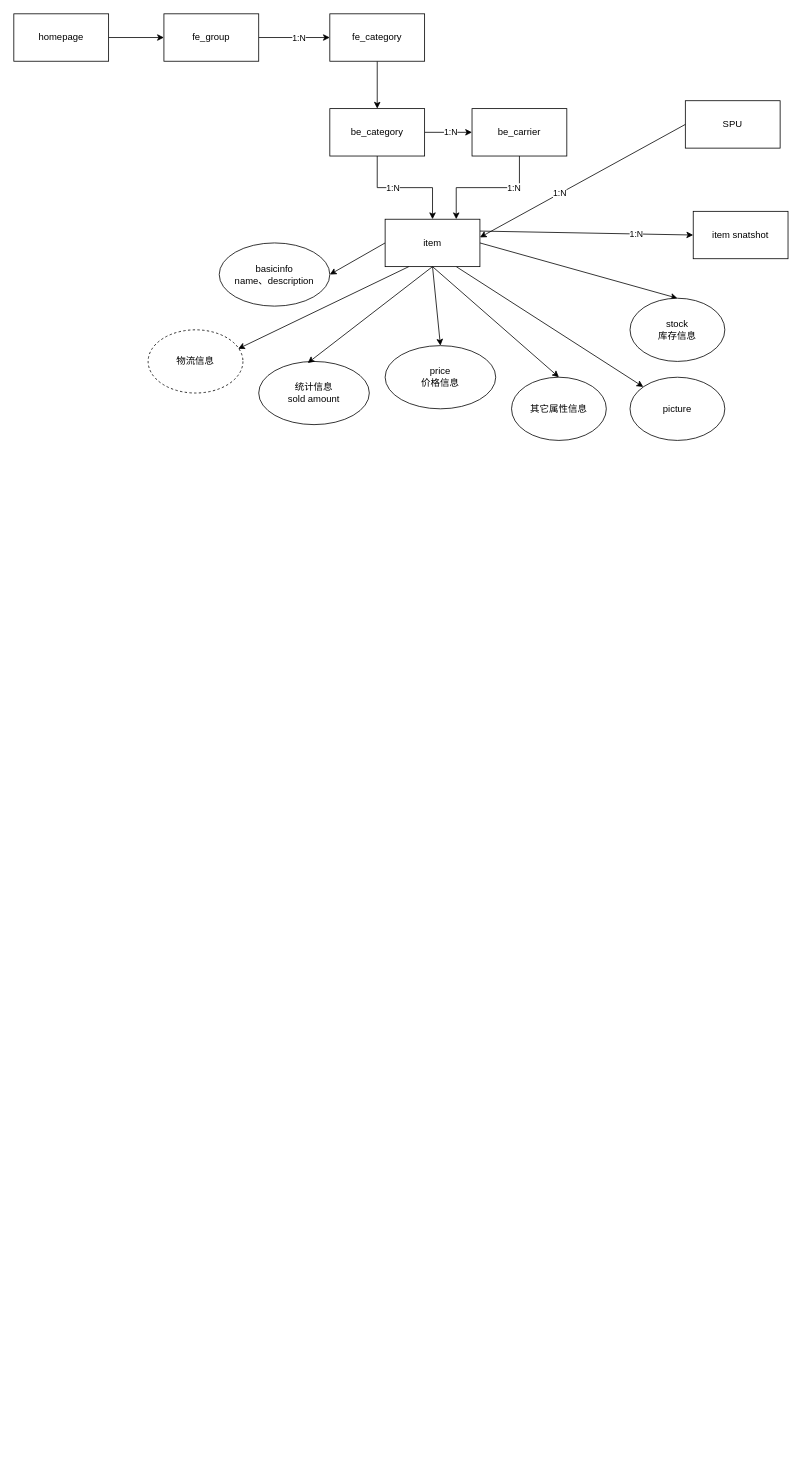
This is page "类目主页管理" (1 of 17) of source/diagrams/hotel.drawio from wxquare/wxquare.github.io, a draw.io file, before an edit. Source tidied: cells renumbered, new cells numbered last; positions are measured from the earlier drawing's top-left corner, leaving out a move shared by most shapes. Both pictures are drawn from the tidied source at 79%, with x=0, y=0 at pixel (13, 13).
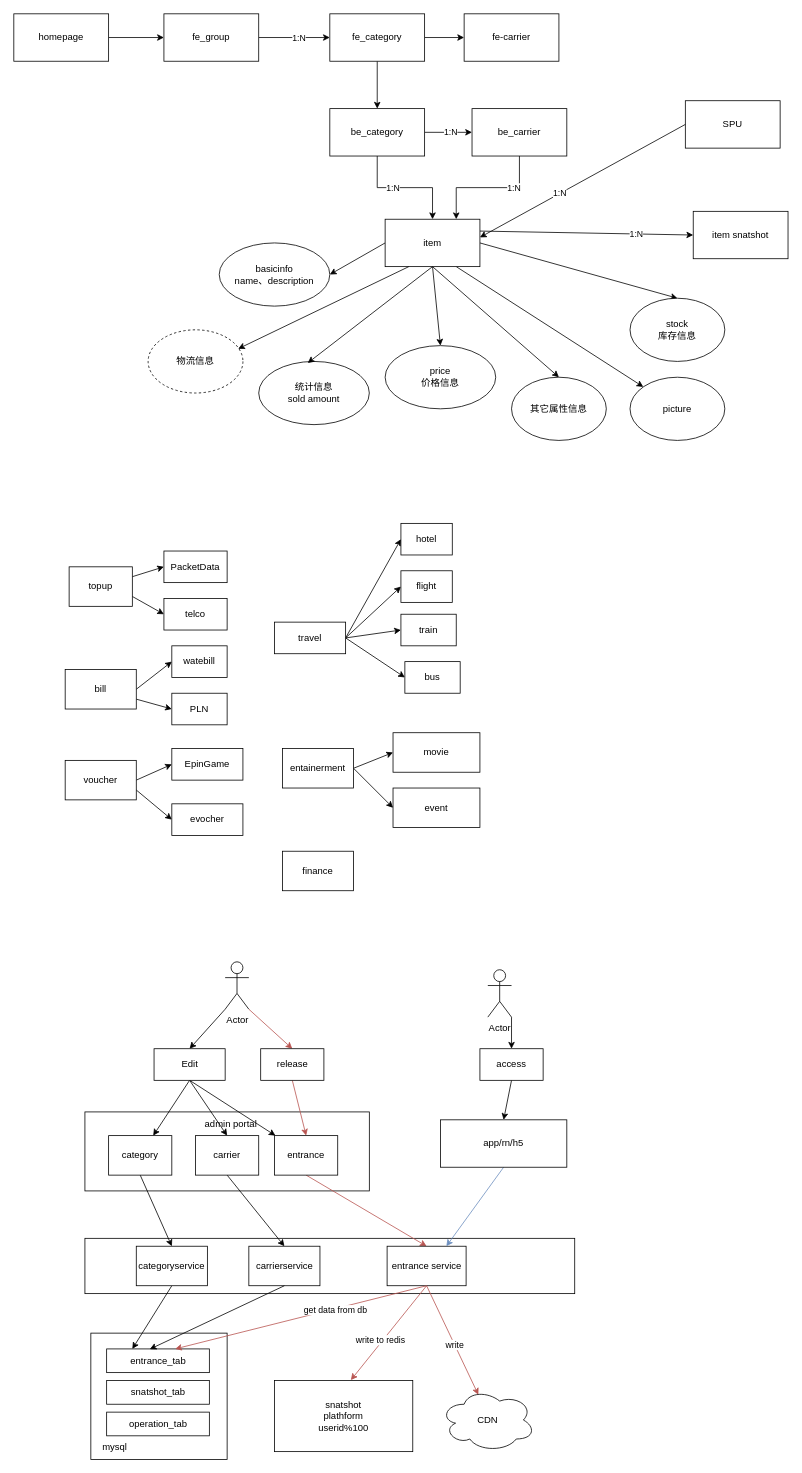
Above is the later version.

Unchanged cells that the change refers to:
```xml
<mxCell id="6" value="fe_category" style="rounded=0;whiteSpace=wrap;html=1;" parent="1" vertex="1">
  <mxGeometry x="400" width="120" height="60" as="geometry" />
</mxCell>
```

Diff of the diagram source:
```diff
@@
+    <mxCell id="38" style="rounded=0;whiteSpace=wrap;html=1;" parent="1" vertex="1">
+      <mxGeometry x="97.5" y="1670" width="172.5" height="160" as="geometry" />
+    </mxCell>
+    <mxCell id="39" style="rounded=0;whiteSpace=wrap;html=1;" parent="1" vertex="1">
+      <mxGeometry x="90" y="1390" width="360" height="100" as="geometry" />
+    </mxCell>
@@
+    <mxCell id="40" style="edgeStyle=orthogonalEdgeStyle;rounded=0;jettySize=auto;html=1;exitX=1;exitY=0.5;exitDx=0;exitDy=0;entryX=0;entryY=0.5;entryDx=0;entryDy=0;" parent="1" edge="1" source="6" target="41">
+      <mxGeometry relative="1" as="geometry" />
+    </mxCell>
@@
+    <mxCell id="41" value="fe-carrier" style="rounded=0;whiteSpace=wrap;html=1;" parent="1" vertex="1">
+      <mxGeometry x="570" width="120" height="60" as="geometry" />
+    </mxCell>
+    <mxCell id="42" style="edgeStyle=none;rounded=0;jettySize=auto;html=1;exitX=1;exitY=0.25;exitDx=0;exitDy=0;entryX=0;entryY=0.5;entryDx=0;entryDy=0;" parent="1" edge="1" source="44" target="61">
+      <mxGeometry relative="1" as="geometry" />
+    </mxCell>
+    <mxCell id="43" style="edgeStyle=none;rounded=0;jettySize=auto;html=1;exitX=1;exitY=0.75;exitDx=0;exitDy=0;entryX=0;entryY=0.5;entryDx=0;entryDy=0;" parent="1" edge="1" source="44" target="60">
+      <mxGeometry relative="1" as="geometry" />
+    </mxCell>
+    <mxCell id="44" value="topup" style="rounded=0;whiteSpace=wrap;html=1;" parent="1" vertex="1">
+      <mxGeometry x="70" y="700" width="80" height="50" as="geometry" />
+    </mxCell>
+    <mxCell id="45" style="edgeStyle=none;rounded=0;jettySize=auto;html=1;exitX=1;exitY=0.5;exitDx=0;exitDy=0;entryX=0;entryY=0.5;entryDx=0;entryDy=0;" parent="1" edge="1" source="47" target="63">
+      <mxGeometry relative="1" as="geometry" />
+    </mxCell>
+    <mxCell id="46" style="edgeStyle=none;rounded=0;jettySize=auto;html=1;exitX=1;exitY=0.75;exitDx=0;exitDy=0;entryX=0;entryY=0.5;entryDx=0;entryDy=0;" parent="1" edge="1" source="47" target="62">
+      <mxGeometry relative="1" as="geometry" />
+    </mxCell>
+    <mxCell id="47" value="bill" style="rounded=0;whiteSpace=wrap;html=1;" parent="1" vertex="1">
+      <mxGeometry x="65" y="830" width="90" height="50" as="geometry" />
+    </mxCell>
+    <mxCell id="48" style="edgeStyle=none;rounded=0;jettySize=auto;html=1;exitX=1;exitY=0.5;exitDx=0;exitDy=0;entryX=0;entryY=0.5;entryDx=0;entryDy=0;" parent="1" edge="1" source="50" target="64">
+      <mxGeometry relative="1" as="geometry" />
+    </mxCell>
+    <mxCell id="49" style="edgeStyle=none;rounded=0;jettySize=auto;html=1;exitX=1;exitY=0.75;exitDx=0;exitDy=0;entryX=0;entryY=0.5;entryDx=0;entryDy=0;" parent="1" edge="1" source="50" target="65">
+      <mxGeometry relative="1" as="geometry" />
+    </mxCell>
+    <mxCell id="50" value="voucher" style="rounded=0;whiteSpace=wrap;html=1;" parent="1" vertex="1">
+      <mxGeometry x="65" y="945" width="90" height="50" as="geometry" />
+    </mxCell>
+    <mxCell id="51" style="edgeStyle=none;rounded=0;jettySize=auto;html=1;exitX=1;exitY=0.5;exitDx=0;exitDy=0;entryX=0;entryY=0.5;entryDx=0;entryDy=0;" parent="1" edge="1" source="55" target="67">
+      <mxGeometry relative="1" as="geometry" />
+    </mxCell>
+    <mxCell id="52" style="edgeStyle=none;rounded=0;jettySize=auto;html=1;exitX=1;exitY=0.5;exitDx=0;exitDy=0;entryX=0;entryY=0.5;entryDx=0;entryDy=0;" parent="1" edge="1" source="55" target="70">
+      <mxGeometry relative="1" as="geometry" />
+    </mxCell>
+    <mxCell id="53" style="edgeStyle=none;rounded=0;jettySize=auto;html=1;exitX=1;exitY=0.5;exitDx=0;exitDy=0;entryX=0;entryY=0.5;entryDx=0;entryDy=0;" parent="1" edge="1" source="55" target="68">
+      <mxGeometry relative="1" as="geometry" />
+    </mxCell>
+    <mxCell id="54" style="edgeStyle=none;rounded=0;jettySize=auto;html=1;exitX=1;exitY=0.5;exitDx=0;exitDy=0;entryX=0;entryY=0.5;entryDx=0;entryDy=0;" parent="1" edge="1" source="55" target="66">
+      <mxGeometry relative="1" as="geometry" />
+    </mxCell>
+    <mxCell id="55" value="travel" style="rounded=0;whiteSpace=wrap;html=1;" parent="1" vertex="1">
+      <mxGeometry x="330" y="770" width="90" height="40" as="geometry" />
+    </mxCell>
+    <mxCell id="56" value="finance" style="rounded=0;whiteSpace=wrap;html=1;" parent="1" vertex="1">
+      <mxGeometry x="340" y="1060" width="90" height="50" as="geometry" />
+    </mxCell>
+    <mxCell id="57" style="edgeStyle=none;rounded=0;jettySize=auto;html=1;exitX=1;exitY=0.5;exitDx=0;exitDy=0;entryX=0;entryY=0.5;entryDx=0;entryDy=0;" parent="1" edge="1" source="59" target="69">
+      <mxGeometry relative="1" as="geometry" />
+    </mxCell>
+    <mxCell id="58" style="edgeStyle=none;rounded=0;jettySize=auto;html=1;exitX=1;exitY=0.5;exitDx=0;exitDy=0;entryX=0;entryY=0.5;entryDx=0;entryDy=0;" parent="1" edge="1" source="59" target="71">
+      <mxGeometry relative="1" as="geometry" />
+    </mxCell>
+    <mxCell id="59" value="entainerment" style="rounded=0;whiteSpace=wrap;html=1;" parent="1" vertex="1">
+      <mxGeometry x="340" y="930" width="90" height="50" as="geometry" />
+    </mxCell>
+    <mxCell id="60" value="telco" style="rounded=0;whiteSpace=wrap;html=1;" parent="1" vertex="1">
+      <mxGeometry x="190" y="740" width="80" height="40" as="geometry" />
+    </mxCell>
+    <mxCell id="61" value="&lt;span style=&quot;font-size: 12px;&quot;&gt;PacketData&lt;/span&gt;" style="rounded=0;whiteSpace=wrap;html=1;" parent="1" vertex="1">
+      <mxGeometry x="190" y="680" width="80" height="40" as="geometry" />
+    </mxCell>
+    <mxCell id="62" value="PLN" style="rounded=0;whiteSpace=wrap;html=1;" parent="1" vertex="1">
+      <mxGeometry x="200" y="860" width="70" height="40" as="geometry" />
+    </mxCell>
+    <mxCell id="63" value="watebill" style="rounded=0;whiteSpace=wrap;html=1;" parent="1" vertex="1">
+      <mxGeometry x="200" y="800" width="70" height="40" as="geometry" />
+    </mxCell>
+    <mxCell id="64" value="&lt;span style=&quot;font-size: 12px;&quot;&gt;EpinGame&lt;/span&gt;" style="rounded=0;whiteSpace=wrap;html=1;" parent="1" vertex="1">
+      <mxGeometry x="200" y="930" width="90" height="40" as="geometry" />
+    </mxCell>
+    <mxCell id="65" value="evocher" style="rounded=0;whiteSpace=wrap;html=1;" parent="1" vertex="1">
+      <mxGeometry x="200" y="1000" width="90" height="40" as="geometry" />
+    </mxCell>
+    <mxCell id="66" value="hotel" style="rounded=0;whiteSpace=wrap;html=1;" parent="1" vertex="1">
+      <mxGeometry x="490" y="645" width="65" height="40" as="geometry" />
+    </mxCell>
+    <mxCell id="67" value="flight" style="rounded=0;whiteSpace=wrap;html=1;" parent="1" vertex="1">
+      <mxGeometry x="490" y="705" width="65" height="40" as="geometry" />
+    </mxCell>
+    <mxCell id="68" value="train" style="rounded=0;whiteSpace=wrap;html=1;" parent="1" vertex="1">
+      <mxGeometry x="490" y="760" width="70" height="40" as="geometry" />
+    </mxCell>
+    <mxCell id="69" value="movie" style="rounded=0;whiteSpace=wrap;html=1;" parent="1" vertex="1">
+      <mxGeometry x="480" y="910" width="110" height="50" as="geometry" />
+    </mxCell>
+    <mxCell id="70" value="bus" style="rounded=0;whiteSpace=wrap;html=1;" parent="1" vertex="1">
+      <mxGeometry x="495" y="820" width="70" height="40" as="geometry" />
+    </mxCell>
+    <mxCell id="71" value="event" style="rounded=0;whiteSpace=wrap;html=1;" parent="1" vertex="1">
+      <mxGeometry x="480" y="980" width="110" height="50" as="geometry" />
+    </mxCell>
+    <mxCell id="72" value="CDN" style="ellipse;shape=cloud;whiteSpace=wrap;html=1;" parent="1" vertex="1">
+      <mxGeometry x="540" y="1740" width="120" height="80" as="geometry" />
+    </mxCell>
+    <mxCell id="73" value="entrance_tab" style="rounded=0;whiteSpace=wrap;html=1;" parent="1" vertex="1">
+      <mxGeometry x="117.5" y="1690" width="130" height="30" as="geometry" />
+    </mxCell>
+    <mxCell id="74" value="snatshot_tab" style="rounded=0;whiteSpace=wrap;html=1;" parent="1" vertex="1">
+      <mxGeometry x="117.5" y="1730" width="130" height="30" as="geometry" />
+    </mxCell>
+    <mxCell id="75" style="edgeStyle=none;rounded=0;jettySize=auto;html=1;exitX=0;exitY=1;exitDx=0;exitDy=0;exitPerimeter=0;entryX=0.5;entryY=0;entryDx=0;entryDy=0;" parent="1" edge="1" source="77" target="90">
+      <mxGeometry relative="1" as="geometry" />
+    </mxCell>
+    <mxCell id="76" style="edgeStyle=none;rounded=0;jettySize=auto;html=1;exitX=1;exitY=1;exitDx=0;exitDy=0;exitPerimeter=0;entryX=0.5;entryY=0;entryDx=0;entryDy=0;fillColor=#f8cecc;strokeColor=#b85450;" parent="1" edge="1" source="77" target="92">
+      <mxGeometry relative="1" as="geometry" />
+    </mxCell>
+    <mxCell id="77" value="Actor" style="shape=umlActor;verticalLabelPosition=bottom;verticalAlign=top;html=1;outlineConnect=0;" parent="1" vertex="1">
+      <mxGeometry x="267.5" y="1200" width="30" height="60" as="geometry" />
+    </mxCell>
+    <mxCell id="78" style="edgeStyle=none;rounded=0;jettySize=auto;html=1;exitX=1;exitY=1;exitDx=0;exitDy=0;exitPerimeter=0;entryX=0.5;entryY=0;entryDx=0;entryDy=0;" parent="1" edge="1" source="79" target="108">
+      <mxGeometry relative="1" as="geometry" />
+    </mxCell>
+    <mxCell id="79" value="Actor" style="shape=umlActor;verticalLabelPosition=bottom;verticalAlign=top;html=1;outlineConnect=0;" parent="1" vertex="1">
+      <mxGeometry x="600" y="1210" width="30" height="60" as="geometry" />
+    </mxCell>
+    <mxCell id="80" style="rounded=0;whiteSpace=wrap;html=1;" parent="1" vertex="1">
+      <mxGeometry x="90" y="1550" width="620" height="70" as="geometry" />
+    </mxCell>
+    <mxCell id="81" style="edgeStyle=none;rounded=0;jettySize=auto;html=1;exitX=0.5;exitY=1;exitDx=0;exitDy=0;entryX=0.5;entryY=0;entryDx=0;entryDy=0;" parent="1" edge="1" source="82" target="94">
+      <mxGeometry relative="1" as="geometry" />
+    </mxCell>
+    <mxCell id="82" value="category" style="rounded=0;whiteSpace=wrap;html=1;" parent="1" vertex="1">
+      <mxGeometry x="120" y="1420" width="80" height="50" as="geometry" />
+    </mxCell>
+    <mxCell id="83" style="edgeStyle=none;rounded=0;jettySize=auto;html=1;exitX=0.5;exitY=1;exitDx=0;exitDy=0;entryX=0.5;entryY=0;entryDx=0;entryDy=0;" parent="1" edge="1" source="84" target="95">
+      <mxGeometry relative="1" as="geometry" />
+    </mxCell>
+    <mxCell id="84" value="carrier" style="rounded=0;whiteSpace=wrap;html=1;" parent="1" vertex="1">
+      <mxGeometry x="230" y="1420" width="80" height="50" as="geometry" />
+    </mxCell>
+    <mxCell id="85" style="edgeStyle=none;rounded=0;jettySize=auto;html=1;exitX=0.5;exitY=1;exitDx=0;exitDy=0;entryX=0.5;entryY=0;entryDx=0;entryDy=0;fillColor=#f8cecc;strokeColor=#b85450;" parent="1" edge="1" source="86" target="98">
+      <mxGeometry relative="1" as="geometry" />
+    </mxCell>
+    <mxCell id="86" value="entrance" style="rounded=0;whiteSpace=wrap;html=1;" parent="1" vertex="1">
+      <mxGeometry x="330" y="1420" width="80" height="50" as="geometry" />
+    </mxCell>
+    <mxCell id="87" style="edgeStyle=none;rounded=0;jettySize=auto;html=1;exitX=0.5;exitY=1;exitDx=0;exitDy=0;" parent="1" edge="1" source="90" target="82">
+      <mxGeometry relative="1" as="geometry" />
+    </mxCell>
+    <mxCell id="88" style="edgeStyle=none;rounded=0;jettySize=auto;html=1;exitX=0.5;exitY=1;exitDx=0;exitDy=0;entryX=0.5;entryY=0;entryDx=0;entryDy=0;" parent="1" edge="1" source="90" target="84">
+      <mxGeometry relative="1" as="geometry" />
+    </mxCell>
+    <mxCell id="89" style="edgeStyle=none;rounded=0;jettySize=auto;html=1;exitX=0.5;exitY=1;exitDx=0;exitDy=0;" parent="1" edge="1" source="90" target="86">
+      <mxGeometry relative="1" as="geometry" />
+    </mxCell>
+    <mxCell id="90" value="Edit" style="rounded=0;whiteSpace=wrap;html=1;" parent="1" vertex="1">
+      <mxGeometry x="177.5" y="1310" width="90" height="40" as="geometry" />
+    </mxCell>
+    <mxCell id="91" style="edgeStyle=none;rounded=0;jettySize=auto;html=1;exitX=0.5;exitY=1;exitDx=0;exitDy=0;entryX=0.5;entryY=0;entryDx=0;entryDy=0;fillColor=#f8cecc;strokeColor=#b85450;" parent="1" edge="1" source="92" target="86">
+      <mxGeometry relative="1" as="geometry" />
+    </mxCell>
+    <mxCell id="92" value="release" style="rounded=0;whiteSpace=wrap;html=1;" parent="1" vertex="1">
+      <mxGeometry x="312.5" y="1310" width="80" height="40" as="geometry" />
+    </mxCell>
+    <mxCell id="93" style="edgeStyle=none;rounded=0;jettySize=auto;html=1;exitX=0.5;exitY=1;exitDx=0;exitDy=0;entryX=0.25;entryY=0;entryDx=0;entryDy=0;" parent="1" edge="1" source="94" target="73">
+      <mxGeometry relative="1" as="geometry" />
+    </mxCell>
+    <mxCell id="94" value="categoryservice" style="rounded=0;whiteSpace=wrap;html=1;" parent="1" vertex="1">
+      <mxGeometry x="155" y="1560" width="90" height="50" as="geometry" />
+    </mxCell>
+    <mxCell id="95" value="carrierservice" style="rounded=0;whiteSpace=wrap;html=1;" parent="1" vertex="1">
+      <mxGeometry x="297.5" y="1560" width="90" height="50" as="geometry" />
+    </mxCell>
+    <mxCell id="96" style="edgeStyle=none;rounded=0;jettySize=auto;html=1;exitX=0.5;exitY=1;exitDx=0;exitDy=0;fillColor=#f8cecc;strokeColor=#b85450;entryX=0.552;entryY=-0.006;entryDx=0;entryDy=0;entryPerimeter=0;" parent="1" edge="1" source="98" target="111">
+      <mxGeometry relative="1" as="geometry" />
+    </mxCell>
+    <mxCell id="97" value="write to redis" style="edgeLabel;html=1;align=center;verticalAlign=middle;" parent="96" vertex="1">
+      <mxGeometry x="0.17" y="-3" relative="1" as="geometry" />
+    </mxCell>
+    <mxCell id="98" value="entrance service" style="rounded=0;whiteSpace=wrap;html=1;" parent="1" vertex="1">
+      <mxGeometry x="472.5" y="1560" width="100" height="50" as="geometry" />
+    </mxCell>
+    <mxCell id="99" style="edgeStyle=none;rounded=0;jettySize=auto;html=1;exitX=0.5;exitY=1;exitDx=0;exitDy=0;entryX=0.667;entryY=0;entryDx=0;entryDy=0;entryPerimeter=0;fillColor=#f8cecc;strokeColor=#b85450;" parent="1" edge="1" source="98" target="73">
+      <mxGeometry relative="1" as="geometry" />
+    </mxCell>
+    <mxCell id="100" value="get data from db" style="edgeLabel;html=1;align=center;verticalAlign=middle;" parent="99" vertex="1">
+      <mxGeometry x="-0.27" y="1" relative="1" as="geometry" />
+    </mxCell>
+    <mxCell id="101" style="edgeStyle=none;rounded=0;jettySize=auto;html=1;exitX=0.5;exitY=1;exitDx=0;exitDy=0;entryX=0.4;entryY=0.1;entryDx=0;entryDy=0;entryPerimeter=0;fillColor=#f8cecc;strokeColor=#b85450;" parent="1" edge="1" source="98" target="72">
+      <mxGeometry relative="1" as="geometry" />
+    </mxCell>
+    <mxCell id="102" value="write" style="edgeLabel;html=1;align=center;verticalAlign=middle;" parent="101" vertex="1">
+      <mxGeometry x="0.08" relative="1" as="geometry" />
+    </mxCell>
+    <mxCell id="103" value="operation_tab" style="rounded=0;whiteSpace=wrap;html=1;" parent="1" vertex="1">
+      <mxGeometry x="117.5" y="1770" width="130" height="30" as="geometry" />
+    </mxCell>
+    <mxCell id="104" value="admin portal" style="text;html=1;align=center;verticalAlign=middle;whiteSpace=wrap;rounded=0;" parent="1" vertex="1">
+      <mxGeometry x="220" y="1390" width="110" height="30" as="geometry" />
+    </mxCell>
+    <mxCell id="105" style="edgeStyle=none;rounded=0;jettySize=auto;html=1;exitX=0.5;exitY=1;exitDx=0;exitDy=0;entryX=0.75;entryY=0;entryDx=0;entryDy=0;fillColor=#dae8fc;strokeColor=#6c8ebf;" parent="1" edge="1" source="106" target="98">
+      <mxGeometry relative="1" as="geometry" />
+    </mxCell>
+    <mxCell id="106" value="app/rn/h5" style="rounded=0;whiteSpace=wrap;html=1;" parent="1" vertex="1">
+      <mxGeometry x="540" y="1400" width="160" height="60" as="geometry" />
+    </mxCell>
+    <mxCell id="107" style="edgeStyle=none;rounded=0;jettySize=auto;html=1;exitX=0.5;exitY=1;exitDx=0;exitDy=0;entryX=0.5;entryY=0;entryDx=0;entryDy=0;" parent="1" edge="1" source="108" target="106">
+      <mxGeometry relative="1" as="geometry" />
+    </mxCell>
+    <mxCell id="108" value="access" style="rounded=0;whiteSpace=wrap;html=1;" parent="1" vertex="1">
+      <mxGeometry x="590" y="1310" width="80" height="40" as="geometry" />
+    </mxCell>
+    <mxCell id="109" style="edgeStyle=none;rounded=0;jettySize=auto;html=1;exitX=0.5;exitY=1;exitDx=0;exitDy=0;entryX=0.42;entryY=0.011;entryDx=0;entryDy=0;entryPerimeter=0;" parent="1" edge="1" source="95" target="73">
+      <mxGeometry relative="1" as="geometry" />
+    </mxCell>
+    <mxCell id="110" value="mysql" style="text;html=1;align=center;verticalAlign=middle;whiteSpace=wrap;rounded=0;" parent="1" vertex="1">
+      <mxGeometry x="98" y="1800" width="60" height="30" as="geometry" />
+    </mxCell>
+    <mxCell id="111" value="snatshot&lt;div&gt;plathform&lt;/div&gt;&lt;div&gt;userid%100&lt;/div&gt;" style="rounded=0;whiteSpace=wrap;html=1;" parent="1" vertex="1">
+      <mxGeometry x="330" y="1730" width="175" height="90" as="geometry" />
+    </mxCell>
```
